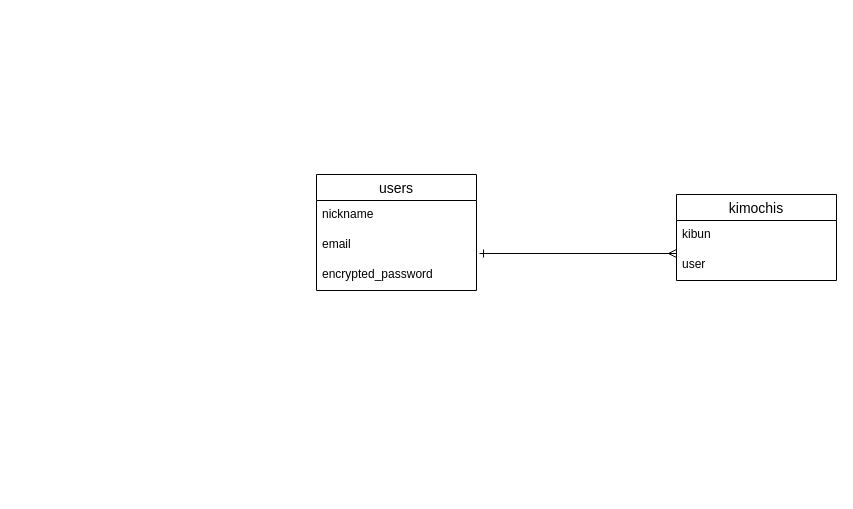
This is er.dio from ikasiromii28/goya, a draw.io file, before an edit. Source tidied: cells renumbered, new cells numbered last; positions are measured from the earlier drawing's top-left corner, leaving out a move shared by most shapes. Both pictures are drawn from the tidied source at 100%, with x=0, y=0 at pixel (316, 174).
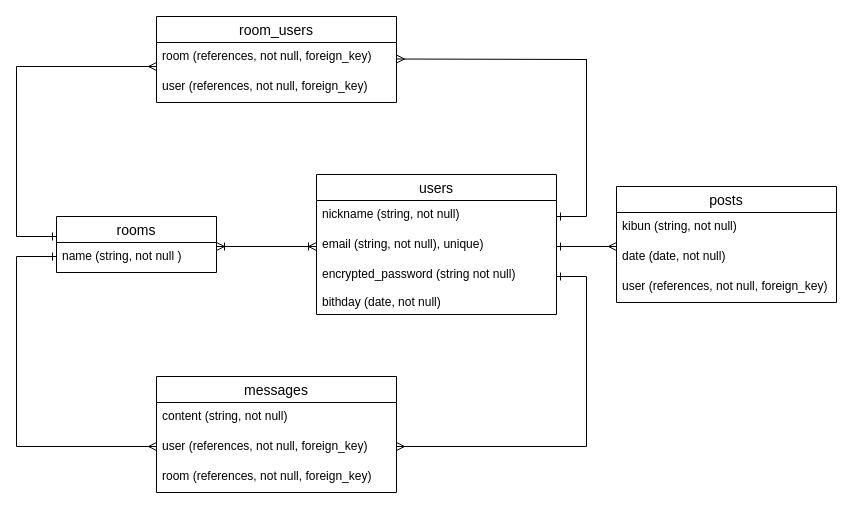
After the change.

Change to the diagram source:
```diff
@@
     <mxCell id="2" value="users" style="swimlane;fontStyle=0;horizontal=1;startSize=26;align=center;fontSize=14;" parent="1" vertex="1">
-      <mxGeometry width="160" height="116" as="geometry" />
+      <mxGeometry width="240" height="140" as="geometry" />
     </mxCell>
-    <mxCell id="3" value="nickname" style="text;strokeColor=none;fillColor=none;spacingLeft=4;spacingRight=4;overflow=hidden;fontSize=12;" parent="2" vertex="1">
-      <mxGeometry y="26" width="160" height="30" as="geometry" />
+    <mxCell id="3" value="nickname (string, not null)" style="text;strokeColor=none;fillColor=none;spacingLeft=4;spacingRight=4;overflow=hidden;fontSize=12;" parent="2" vertex="1">
+      <mxGeometry y="26" width="240" height="30" as="geometry" />
     </mxCell>
-    <mxCell id="4" value="email" style="text;strokeColor=none;fillColor=none;spacingLeft=4;spacingRight=4;overflow=hidden;points=[[0,0.5],[1,0.5]];portConstraint=eastwest;fontSize=12;" parent="2" vertex="1">
-      <mxGeometry y="56" width="160" height="30" as="geometry" />
+    <mxCell id="4" value="email (string, not null), unique)" style="text;strokeColor=none;fillColor=none;spacingLeft=4;spacingRight=4;overflow=hidden;points=[[0,0.5],[1,0.5]];portConstraint=eastwest;fontSize=12;" parent="2" vertex="1">
+      <mxGeometry y="56" width="240" height="30" as="geometry" />
     </mxCell>
-    <mxCell id="5" value="encrypted_password" style="text;strokeColor=none;fillColor=none;spacingLeft=4;spacingRight=4;overflow=hidden;fontSize=12;" parent="2" vertex="1">
-      <mxGeometry y="86" width="160" height="30" as="geometry" />
+    <mxCell id="5" value="encrypted_password (string not null)&#10;&#10;bithday (date, not null)" style="text;strokeColor=none;fillColor=none;spacingLeft=4;spacingRight=4;overflow=hidden;fontSize=12;" parent="2" vertex="1">
+      <mxGeometry y="86" width="240" height="54" as="geometry" />
     </mxCell>
-    <mxCell id="6" value="kimochis" style="swimlane;fontStyle=0;horizontal=1;startSize=26;align=center;fontSize=14;" parent="1" vertex="1">
-      <mxGeometry x="360" y="20" width="160" height="86" as="geometry" />
-    </mxCell>
-    <mxCell id="7" value="kibun" style="text;strokeColor=none;fillColor=none;spacingLeft=4;spacingRight=4;overflow=hidden;fontSize=12;" parent="6" vertex="1">
-      <mxGeometry y="26" width="160" height="30" as="geometry" />
-    </mxCell>
-    <mxCell id="8" value="user" style="text;strokeColor=none;fillColor=none;spacingLeft=4;spacingRight=4;overflow=hidden;fontSize=12;" parent="6" vertex="1">
-      <mxGeometry y="56" width="160" height="30" as="geometry" />
-    </mxCell>
-    <mxCell id="9" style="endArrow=ERmany;html=1;rounded=0;exitX=1.019;exitY=0.767;exitDx=0;exitDy=0;exitPerimeter=0;startArrow=ERone;startFill=0;endFill=0;" parent="1" edge="1" source="4">
-      <mxGeometry relative="1" as="geometry">
-        <mxPoint x="360" y="79" as="targetPoint" />
-      </mxGeometry>
+    <mxCell id="9" value="posts" style="swimlane;fontStyle=0;horizontal=1;startSize=26;align=center;fontSize=14;" parent="1" vertex="1">
+      <mxGeometry x="300" y="12" width="220" height="116" as="geometry" />
     </mxCell>
+    <mxCell id="10" value="kibun (string, not null)" style="text;strokeColor=none;fillColor=none;spacingLeft=4;spacingRight=4;overflow=hidden;fontSize=12;" parent="9" vertex="1">
+      <mxGeometry y="26" width="220" height="30" as="geometry" />
+    </mxCell>
+    <mxCell id="11" value="date (date, not null)" style="text;strokeColor=none;fillColor=none;spacingLeft=4;spacingRight=4;overflow=hidden;fontSize=12;" parent="9" vertex="1">
+      <mxGeometry y="56" width="220" height="30" as="geometry" />
+    </mxCell>
+    <mxCell id="12" style="endArrow=none;html=1;rounded=0;" parent="9" edge="1">
+      <mxGeometry relative="1" as="geometry">
+        <mxPoint x="-30" y="90" as="sourcePoint" />
+        <mxPoint x="-30" y="260" as="targetPoint" />
+      </mxGeometry>
+    </mxCell>
+    <mxCell id="13" value="user (references, not null, foreign_key)" style="text;strokeColor=none;fillColor=none;spacingLeft=4;spacingRight=4;overflow=hidden;fontSize=12;" parent="9" vertex="1">
+      <mxGeometry y="86" width="220" height="30" as="geometry" />
+    </mxCell>
+    <mxCell id="14" value="rooms" style="swimlane;fontStyle=0;horizontal=1;startSize=26;align=center;fontSize=14;" parent="1" vertex="1">
+      <mxGeometry x="-260" y="42" width="160" height="56" as="geometry" />
+    </mxCell>
+    <mxCell id="15" value="name (string, not null )" style="text;strokeColor=none;fillColor=none;spacingLeft=4;spacingRight=4;overflow=hidden;fontSize=12;" parent="14" vertex="1">
+      <mxGeometry y="26" width="160" height="30" as="geometry" />
+    </mxCell>
+    <mxCell id="16" value="room_users" style="swimlane;fontStyle=0;horizontal=1;startSize=26;align=center;fontSize=14;" parent="1" vertex="1">
+      <mxGeometry x="-160" y="-158" width="240" height="86" as="geometry" />
+    </mxCell>
+    <mxCell id="17" value="room (references, not null, foreign_key)" style="text;strokeColor=none;fillColor=none;spacingLeft=4;spacingRight=4;overflow=hidden;fontSize=12;" parent="16" vertex="1">
+      <mxGeometry y="26" width="240" height="30" as="geometry" />
+    </mxCell>
+    <mxCell id="18" value="user (references, not null, foreign_key)" style="text;strokeColor=none;fillColor=none;spacingLeft=4;spacingRight=4;overflow=hidden;fontSize=12;" parent="16" vertex="1">
+      <mxGeometry y="56" width="240" height="30" as="geometry" />
+    </mxCell>
+    <mxCell id="19" value="messages" style="swimlane;fontStyle=0;horizontal=1;startSize=26;align=center;fontSize=14;" parent="1" vertex="1">
+      <mxGeometry x="-160" y="202" width="240" height="116" as="geometry" />
+    </mxCell>
+    <mxCell id="20" value="content (string, not null)" style="text;strokeColor=none;fillColor=none;spacingLeft=4;spacingRight=4;overflow=hidden;fontSize=12;" parent="19" vertex="1">
+      <mxGeometry y="26" width="240" height="30" as="geometry" />
+    </mxCell>
+    <mxCell id="21" value="user (references, not null, foreign_key)" style="text;strokeColor=none;fillColor=none;spacingLeft=4;spacingRight=4;overflow=hidden;fontSize=12;" parent="19" vertex="1">
+      <mxGeometry y="56" width="240" height="30" as="geometry" />
+    </mxCell>
+    <mxCell id="22" value="room (references, not null, foreign_key)" style="text;strokeColor=none;fillColor=none;spacingLeft=4;spacingRight=4;overflow=hidden;fontSize=12;" parent="19" vertex="1">
+      <mxGeometry y="86" width="240" height="30" as="geometry" />
+    </mxCell>
+    <mxCell id="23" style="endArrow=ERoneToMany;html=1;rounded=0;startArrow=ERoneToMany;startFill=0;endFill=0;" parent="1" edge="1">
+      <mxGeometry relative="1" as="geometry">
+        <mxPoint x="-100" y="72" as="sourcePoint" />
+        <mxPoint y="72" as="targetPoint" />
+      </mxGeometry>
+    </mxCell>
+    <mxCell id="24" style="endArrow=ERmany;html=1;rounded=0;startArrow=ERone;startFill=0;endFill=0;" parent="1" edge="1">
+      <mxGeometry relative="1" as="geometry">
+        <mxPoint x="240" y="72" as="sourcePoint" />
+        <mxPoint x="300" y="72" as="targetPoint" />
+      </mxGeometry>
+    </mxCell>
+    <mxCell id="25" style="endArrow=ERmany;html=1;rounded=0;endFill=0;" parent="1" edge="1">
+      <mxGeometry relative="1" as="geometry">
+        <mxPoint x="-300" y="-108" as="sourcePoint" />
+        <mxPoint x="-160" y="-108" as="targetPoint" />
+      </mxGeometry>
+    </mxCell>
+    <mxCell id="26" style="endArrow=ERmany;html=1;rounded=0;endFill=0;" parent="1" edge="1">
+      <mxGeometry relative="1" as="geometry">
+        <mxPoint x="-300" y="272" as="sourcePoint" />
+        <mxPoint x="-160" y="272" as="targetPoint" />
+      </mxGeometry>
+    </mxCell>
+    <mxCell id="27" style="endArrow=none;html=1;rounded=0;startArrow=ERmany;startFill=0;" parent="1" edge="1">
+      <mxGeometry relative="1" as="geometry">
+        <mxPoint x="80" y="-115.5" as="sourcePoint" />
+        <mxPoint x="270" y="-115" as="targetPoint" />
+      </mxGeometry>
+    </mxCell>
+    <mxCell id="28" style="endArrow=none;html=1;rounded=0;startArrow=ERmany;startFill=0;" parent="1" edge="1">
+      <mxGeometry relative="1" as="geometry">
+        <mxPoint x="80" y="272" as="sourcePoint" />
+        <mxPoint x="270" y="272" as="targetPoint" />
+      </mxGeometry>
+    </mxCell>
+    <mxCell id="29" style="endArrow=ERone;html=1;rounded=0;endFill=0;" parent="1" edge="1">
+      <mxGeometry relative="1" as="geometry">
+        <mxPoint x="-300" y="62" as="sourcePoint" />
+        <mxPoint x="-260" y="62" as="targetPoint" />
+      </mxGeometry>
+    </mxCell>
+    <mxCell id="30" style="endArrow=ERone;html=1;rounded=0;endFill=0;" parent="1" edge="1">
+      <mxGeometry relative="1" as="geometry">
+        <mxPoint x="-300" y="82" as="sourcePoint" />
+        <mxPoint x="-260" y="82" as="targetPoint" />
+      </mxGeometry>
+    </mxCell>
+    <mxCell id="31" style="endArrow=none;html=1;rounded=0;startArrow=ERone;startFill=0;" parent="1" edge="1">
+      <mxGeometry relative="1" as="geometry">
+        <mxPoint x="240" y="42" as="sourcePoint" />
+        <mxPoint x="270" y="42" as="targetPoint" />
+      </mxGeometry>
+    </mxCell>
+    <mxCell id="32" style="endArrow=none;html=1;rounded=0;startArrow=ERone;startFill=0;" parent="1" edge="1">
+      <mxGeometry relative="1" as="geometry">
+        <mxPoint x="240" y="102" as="sourcePoint" />
+        <mxPoint x="270" y="102" as="targetPoint" />
+      </mxGeometry>
+    </mxCell>
+    <mxCell id="33" style="endArrow=none;html=1;rounded=0;" parent="1" edge="1">
+      <mxGeometry relative="1" as="geometry">
+        <mxPoint x="270" y="-115.5" as="sourcePoint" />
+        <mxPoint x="270" y="42" as="targetPoint" />
+      </mxGeometry>
+    </mxCell>
+    <mxCell id="34" style="endArrow=none;html=1;rounded=0;" parent="1" edge="1">
+      <mxGeometry relative="1" as="geometry">
+        <mxPoint x="-300" y="62" as="sourcePoint" />
+        <mxPoint x="-300" y="-108" as="targetPoint" />
+      </mxGeometry>
+    </mxCell>
+    <mxCell id="35" style="endArrow=none;html=1;rounded=0;" parent="1" edge="1">
+      <mxGeometry relative="1" as="geometry">
+        <mxPoint x="-300" y="272" as="sourcePoint" />
+        <mxPoint x="-300" y="82" as="targetPoint" />
+      </mxGeometry>
+    </mxCell>
```
